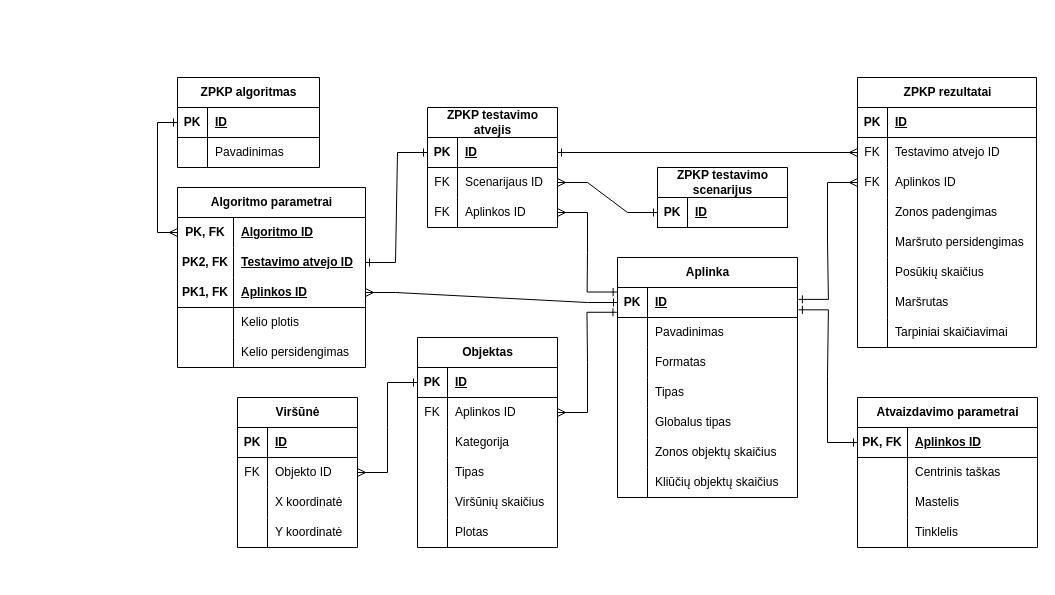
Above: page "Logical DB" (7 of 7) of docs/diagrams/funkciniai-reikalavimai.drawio in jRmx0/Blade (draw.io), before the change. Source tidied: cells renumbered, new cells numbered last; positions are measured from the earlier drawing's top-left corner, leaving out a move shared by most shapes. Both pictures are drawn from the tidied source at 100%, with x=0, y=0 at pixel (177, 77).
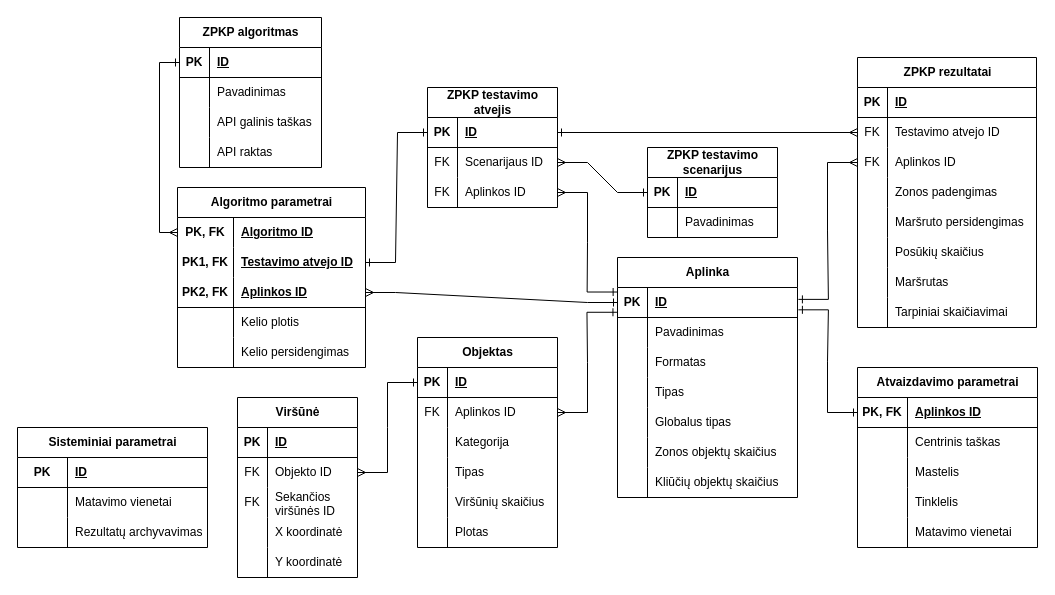
After the change.

Unchanged cells that the change refers to:
```xml
<mxCell id="71" style="shape=tableRow;horizontal=0;startSize=0;swimlaneHead=0;swimlaneBody=0;fillColor=none;points=[[0,0.5],[1,0.5]];portConstraint=eastwest;top=0;left=0;right=0;bottom=0;" parent="67" vertex="1">
  <mxGeometry y="60" width="188" height="30" as="geometry" />
</mxCell>
<mxCell id="74" style="shape=tableRow;horizontal=0;startSize=0;swimlaneHead=0;swimlaneBody=0;fillColor=none;points=[[0,0.5],[1,0.5]];portConstraint=eastwest;top=0;left=0;right=0;bottom=1;" parent="67" vertex="1">
  <mxGeometry y="90" width="188" height="30" as="geometry" />
</mxCell>
```

What changed in the source:
```diff
@@
     <mxCell id="21" value="ZPKP rezultatai" style="shape=table;startSize=30;childLayout=tableLayout;rowLines=0;fontStyle=1;align=center;html=1;" parent="1" vertex="1">
-      <mxGeometry x="680" width="179" height="270" as="geometry" />
+      <mxGeometry x="680" y="-20" width="179" height="270" as="geometry" />
     </mxCell>
@@
     <mxCell id="46" value="ZPKP algoritmas" style="shape=table;startSize=30;childLayout=tableLayout;rowLines=0;fontStyle=1;align=center;html=1;" parent="1" vertex="1">
-      <mxGeometry width="142" height="90" as="geometry" />
+      <mxGeometry x="2" y="-60" width="142" height="150" as="geometry" />
     </mxCell>
@@
-    <mxCell id="53" value="ZPKP testavimo &lt;br&gt;scenarijus" style="shape=table;startSize=30;childLayout=tableLayout;rowLines=0;fontStyle=1;align=center;html=1;" parent="1" vertex="1">
-      <mxGeometry x="480" y="90" width="130" height="60" as="geometry" />
-    </mxCell>
-    <mxCell id="54" style="shape=tableRow;horizontal=0;startSize=0;swimlaneHead=0;swimlaneBody=0;fillColor=none;points=[[0,0.5],[1,0.5]];portConstraint=eastwest;top=0;left=0;right=0;bottom=1;" parent="53" vertex="1">
-      <mxGeometry y="30" width="130" height="30" as="geometry" />
-    </mxCell>
-    <mxCell id="55" value="PK" style="shape=partialRectangle;fillColor=none;top=0;left=0;bottom=0;right=0;fontStyle=1;overflow=hidden;whiteSpace=wrap;html=1;" parent="54" vertex="1">
-      <mxGeometry width="30" height="30" as="geometry" />
-    </mxCell>
-    <mxCell id="56" value="ID" style="shape=partialRectangle;fillColor=none;top=0;left=0;bottom=0;right=0;align=left;spacingLeft=6;fontStyle=5;overflow=hidden;whiteSpace=wrap;html=1;" parent="54" vertex="1">
-      <mxGeometry x="30" width="100" height="30" as="geometry" />
-    </mxCell>
+    <mxCell id="141" style="shape=tableRow;horizontal=0;startSize=0;swimlaneHead=0;swimlaneBody=0;fillColor=none;top=0;left=0;right=0;bottom=0;" parent="46" vertex="1">
+      <mxGeometry y="90" width="142" height="30" as="geometry" />
+    </mxCell>
+    <mxCell id="142" style="shape=partialRectangle;fillColor=none;top=0;left=0;bottom=0;right=0;overflow=hidden;whiteSpace=wrap;html=1;" parent="141" vertex="1">
+      <mxGeometry width="30" height="30" as="geometry" />
+    </mxCell>
+    <mxCell id="143" value="API galinis taškas" style="shape=partialRectangle;fillColor=none;top=0;left=0;bottom=0;right=0;align=left;spacingLeft=6;overflow=hidden;whiteSpace=wrap;html=1;" parent="141" vertex="1">
+      <mxGeometry x="30" width="112" height="30" as="geometry" />
+    </mxCell>
+    <mxCell id="144" style="shape=tableRow;horizontal=0;startSize=0;swimlaneHead=0;swimlaneBody=0;fillColor=none;top=0;left=0;right=0;bottom=0;" parent="46" vertex="1">
+      <mxGeometry y="120" width="142" height="30" as="geometry" />
+    </mxCell>
+    <mxCell id="145" style="shape=partialRectangle;fillColor=none;top=0;left=0;bottom=0;right=0;overflow=hidden;whiteSpace=wrap;html=1;" parent="144" vertex="1">
+      <mxGeometry width="30" height="30" as="geometry" />
+    </mxCell>
+    <mxCell id="146" value="API raktas" style="shape=partialRectangle;fillColor=none;top=0;left=0;bottom=0;right=0;align=left;spacingLeft=6;overflow=hidden;whiteSpace=wrap;html=1;" parent="144" vertex="1">
+      <mxGeometry x="30" width="112" height="30" as="geometry" />
+    </mxCell>
     <mxCell id="57" value="ZPKP testavimo &lt;br&gt;atvejis" style="shape=table;startSize=30;childLayout=tableLayout;rowLines=0;fontStyle=1;align=center;html=1;" parent="1" vertex="1">
-      <mxGeometry x="250" y="30" width="130" height="120" as="geometry" />
+      <mxGeometry x="250" y="10" width="130" height="120" as="geometry" />
     </mxCell>
@@
-    <mxCell id="72" value="PK2, FK" style="shape=partialRectangle;fillColor=none;top=0;left=0;bottom=0;right=0;fontStyle=1;overflow=hidden;whiteSpace=wrap;html=1;" parent="71" vertex="1">
+    <mxCell id="72" value="PK1, FK" style="shape=partialRectangle;fillColor=none;top=0;left=0;bottom=0;right=0;fontStyle=1;overflow=hidden;whiteSpace=wrap;html=1;" parent="71" vertex="1">
       <mxGeometry width="56" height="30" as="geometry" />
     </mxCell>
@@
-    <mxCell id="75" value="PK1, FK" style="shape=partialRectangle;fillColor=none;top=0;left=0;bottom=0;right=0;fontStyle=1;overflow=hidden;whiteSpace=wrap;html=1;" parent="74" vertex="1">
+    <mxCell id="75" value="PK2, FK" style="shape=partialRectangle;fillColor=none;top=0;left=0;bottom=0;right=0;fontStyle=1;overflow=hidden;whiteSpace=wrap;html=1;" parent="74" vertex="1">
       <mxGeometry width="56" height="30" as="geometry" />
     </mxCell>
@@
     <mxCell id="108" value="Viršūnė" style="shape=table;startSize=30;childLayout=tableLayout;rowLines=0;fontStyle=1;align=center;html=1;" parent="1" vertex="1">
-      <mxGeometry x="60" y="320" width="120" height="150" as="geometry" />
+      <mxGeometry x="60" y="320" width="120" height="180" as="geometry" />
     </mxCell>
@@
+    <mxCell id="147" style="shape=tableRow;horizontal=0;startSize=0;swimlaneHead=0;swimlaneBody=0;fillColor=none;top=0;left=0;right=0;bottom=0;" parent="108" vertex="1">
+      <mxGeometry y="90" width="120" height="30" as="geometry" />
+    </mxCell>
+    <mxCell id="148" value="FK" style="shape=partialRectangle;fillColor=none;top=0;left=0;bottom=0;right=0;overflow=hidden;whiteSpace=wrap;html=1;" parent="147" vertex="1">
+      <mxGeometry width="30" height="30" as="geometry" />
+    </mxCell>
+    <mxCell id="149" value="Sekančios viršūnės ID" style="shape=partialRectangle;fillColor=none;top=0;left=0;bottom=0;right=0;align=left;spacingLeft=6;overflow=hidden;whiteSpace=wrap;html=1;" parent="147" vertex="1">
+      <mxGeometry x="30" width="90" height="30" as="geometry" />
+    </mxCell>
     <mxCell id="115" style="shape=tableRow;horizontal=0;startSize=0;swimlaneHead=0;swimlaneBody=0;fillColor=none;top=0;left=0;right=0;bottom=0;" parent="108" vertex="1">
-      <mxGeometry y="90" width="120" height="30" as="geometry" />
+      <mxGeometry y="120" width="120" height="30" as="geometry" />
     </mxCell>
@@
     <mxCell id="118" style="shape=tableRow;horizontal=0;startSize=0;swimlaneHead=0;swimlaneBody=0;fillColor=none;top=0;left=0;right=0;bottom=0;" parent="108" vertex="1">
-      <mxGeometry y="120" width="120" height="30" as="geometry" />
+      <mxGeometry y="150" width="120" height="30" as="geometry" />
     </mxCell>
@@
     <mxCell id="122" value="Atvaizdavimo parametrai" style="shape=table;startSize=30;childLayout=tableLayout;rowLines=0;fontStyle=1;align=center;html=1;" parent="1" vertex="1">
-      <mxGeometry x="680" y="320" width="180" height="150" as="geometry" />
+      <mxGeometry x="680" y="290" width="180" height="180" as="geometry" />
     </mxCell>
@@
+    <mxCell id="150" style="shape=tableRow;horizontal=0;startSize=0;swimlaneHead=0;swimlaneBody=0;fillColor=none;top=0;left=0;right=0;bottom=0;" parent="122" vertex="1">
+      <mxGeometry y="150" width="180" height="30" as="geometry" />
+    </mxCell>
+    <mxCell id="151" style="shape=partialRectangle;fillColor=none;top=0;left=0;bottom=0;right=0;overflow=hidden;whiteSpace=wrap;html=1;" parent="150" vertex="1">
+      <mxGeometry width="50" height="30" as="geometry" />
+    </mxCell>
+    <mxCell id="152" value="Matavimo vienetai" style="shape=partialRectangle;fillColor=none;top=0;left=0;bottom=0;right=0;align=left;spacingLeft=6;overflow=hidden;whiteSpace=wrap;html=1;" parent="150" vertex="1">
+      <mxGeometry x="50" width="130" height="30" as="geometry" />
+    </mxCell>
@@
+    <mxCell id="53" value="ZPKP testavimo &lt;br&gt;scenarijus" style="shape=table;startSize=30;childLayout=tableLayout;rowLines=0;fontStyle=1;align=center;html=1;" parent="1" vertex="1">
+      <mxGeometry x="470" y="70" width="130" height="90" as="geometry" />
+    </mxCell>
+    <mxCell id="54" style="shape=tableRow;horizontal=0;startSize=0;swimlaneHead=0;swimlaneBody=0;fillColor=none;points=[[0,0.5],[1,0.5]];portConstraint=eastwest;top=0;left=0;right=0;bottom=1;" parent="53" vertex="1">
+      <mxGeometry y="30" width="130" height="30" as="geometry" />
+    </mxCell>
+    <mxCell id="55" value="PK" style="shape=partialRectangle;fillColor=none;top=0;left=0;bottom=0;right=0;fontStyle=1;overflow=hidden;whiteSpace=wrap;html=1;" parent="54" vertex="1">
+      <mxGeometry width="30" height="30" as="geometry" />
+    </mxCell>
+    <mxCell id="56" value="ID" style="shape=partialRectangle;fillColor=none;top=0;left=0;bottom=0;right=0;align=left;spacingLeft=6;fontStyle=5;overflow=hidden;whiteSpace=wrap;html=1;" parent="54" vertex="1">
+      <mxGeometry x="30" width="100" height="30" as="geometry" />
+    </mxCell>
+    <mxCell id="153" style="shape=tableRow;horizontal=0;startSize=0;swimlaneHead=0;swimlaneBody=0;fillColor=none;top=0;left=0;right=0;bottom=0;" parent="53" vertex="1">
+      <mxGeometry y="60" width="130" height="30" as="geometry" />
+    </mxCell>
+    <mxCell id="154" style="shape=partialRectangle;fillColor=none;top=0;left=0;bottom=0;right=0;overflow=hidden;whiteSpace=wrap;html=1;" parent="153" vertex="1">
+      <mxGeometry width="30" height="30" as="geometry" />
+    </mxCell>
+    <mxCell id="155" value="Pavadinimas" style="shape=partialRectangle;fillColor=none;top=0;left=0;bottom=0;right=0;align=left;spacingLeft=6;overflow=hidden;whiteSpace=wrap;html=1;" parent="153" vertex="1">
+      <mxGeometry x="30" width="100" height="30" as="geometry" />
+    </mxCell>
+    <mxCell id="156" value="Sisteminiai parametrai" style="shape=table;startSize=30;childLayout=tableLayout;rowLines=0;fontStyle=1;align=center;html=1;" parent="1" vertex="1">
+      <mxGeometry x="-160" y="350" width="190" height="120" as="geometry" />
+    </mxCell>
+    <mxCell id="157" style="shape=tableRow;horizontal=0;startSize=0;swimlaneHead=0;swimlaneBody=0;fillColor=none;top=0;left=0;right=0;bottom=1;" parent="156" vertex="1">
+      <mxGeometry y="30" width="190" height="30" as="geometry" />
+    </mxCell>
+    <mxCell id="158" value="PK" style="shape=partialRectangle;fillColor=none;top=0;left=0;bottom=0;right=0;fontStyle=1;overflow=hidden;whiteSpace=wrap;html=1;" parent="157" vertex="1">
+      <mxGeometry width="50" height="30" as="geometry" />
+    </mxCell>
+    <mxCell id="159" value="ID" style="shape=partialRectangle;fillColor=none;top=0;left=0;bottom=0;right=0;align=left;spacingLeft=6;fontStyle=5;overflow=hidden;whiteSpace=wrap;html=1;" parent="157" vertex="1">
+      <mxGeometry x="50" width="140" height="30" as="geometry" />
+    </mxCell>
+    <mxCell id="160" style="shape=tableRow;horizontal=0;startSize=0;swimlaneHead=0;swimlaneBody=0;fillColor=none;top=0;left=0;right=0;bottom=0;" parent="156" vertex="1">
+      <mxGeometry y="60" width="190" height="30" as="geometry" />
+    </mxCell>
+    <mxCell id="161" style="shape=partialRectangle;fillColor=none;top=0;left=0;bottom=0;right=0;overflow=hidden;whiteSpace=wrap;html=1;" parent="160" vertex="1">
+      <mxGeometry width="50" height="30" as="geometry" />
+    </mxCell>
+    <mxCell id="162" value="Matavimo vienetai" style="shape=partialRectangle;fillColor=none;top=0;left=0;bottom=0;right=0;align=left;spacingLeft=6;overflow=hidden;whiteSpace=wrap;html=1;" parent="160" vertex="1">
+      <mxGeometry x="50" width="140" height="30" as="geometry" />
+    </mxCell>
+    <mxCell id="163" style="shape=tableRow;horizontal=0;startSize=0;swimlaneHead=0;swimlaneBody=0;fillColor=none;top=0;left=0;right=0;bottom=0;" parent="156" vertex="1">
+      <mxGeometry y="90" width="190" height="30" as="geometry" />
+    </mxCell>
+    <mxCell id="164" style="shape=partialRectangle;fillColor=none;top=0;left=0;bottom=0;right=0;overflow=hidden;whiteSpace=wrap;html=1;" parent="163" vertex="1">
+      <mxGeometry width="50" height="30" as="geometry" />
+    </mxCell>
+    <mxCell id="165" value="Rezultatų archyvavimas" style="shape=partialRectangle;fillColor=none;top=0;left=0;bottom=0;right=0;align=left;spacingLeft=6;overflow=hidden;whiteSpace=wrap;html=1;" parent="163" vertex="1">
+      <mxGeometry x="50" width="140" height="30" as="geometry" />
+    </mxCell>
```
